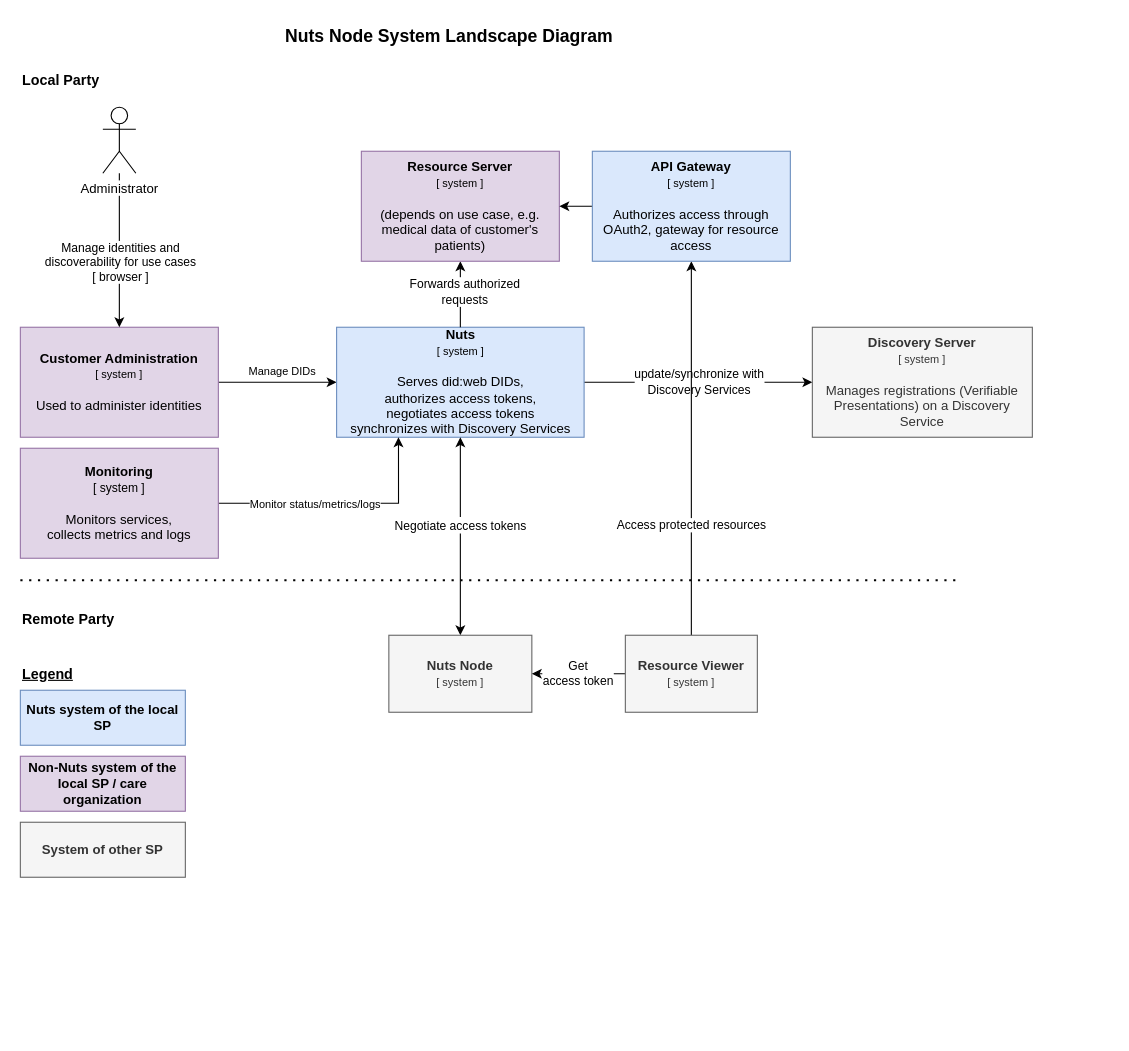
Earlier version of the draw.io diagram page "System Landscape Diagram" (1 of 2) of docs/diagrams/deployment-diagram.drawio (nuts-foundation/nuts-node). Source tidied: cells renumbered, new cells numbered last; positions are measured from the earlier drawing's top-left corner, leaving out a move shared by most shapes. Both pictures are drawn from the tidied source at 110%, with x=0, y=0 at pixel (20, 19).
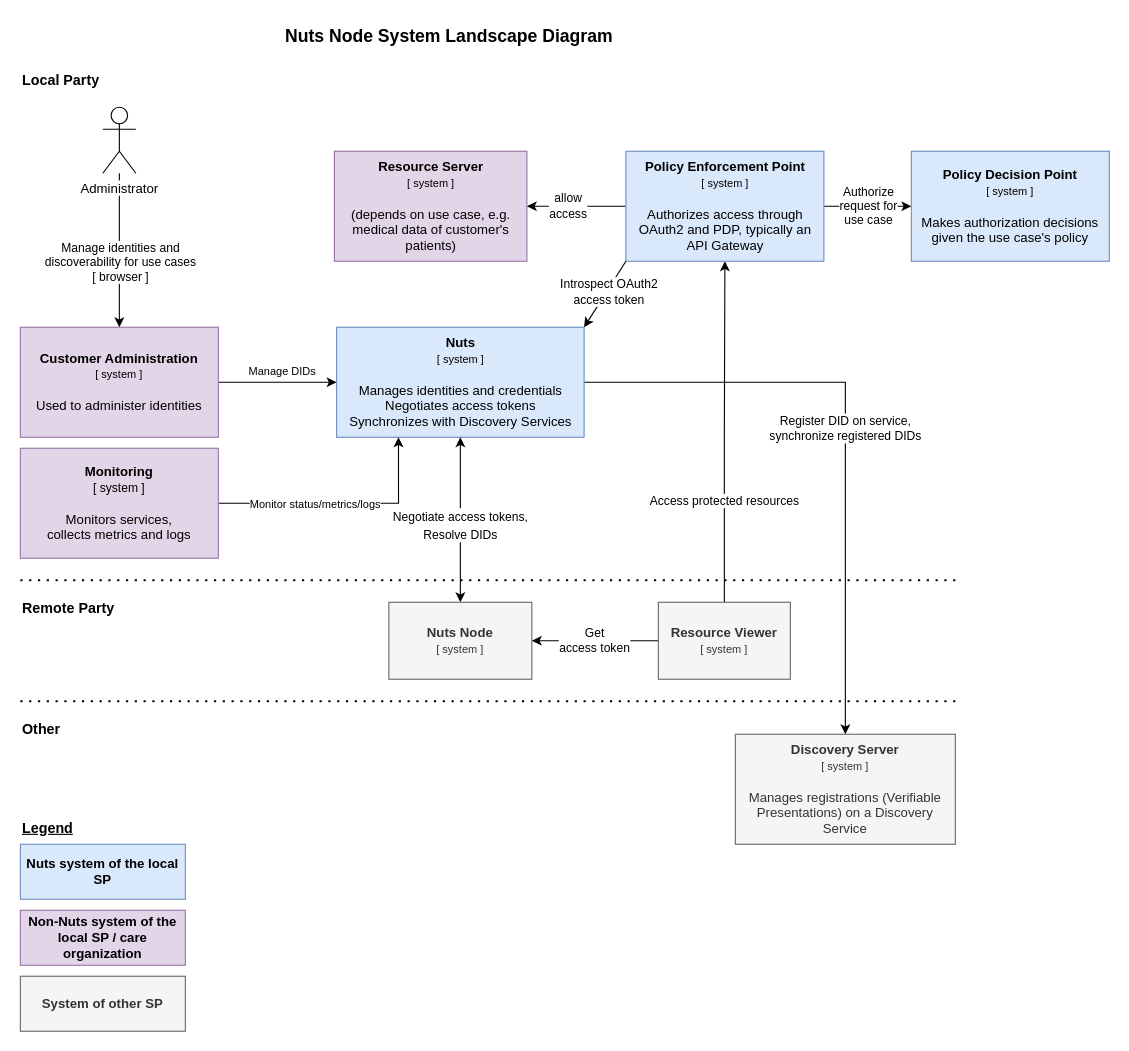
After the change.

Unchanged cells that the change refers to:
```xml
<mxCell id="28" style="edgeStyle=orthogonalEdgeStyle;rounded=0;jettySize=auto;html=1;entryX=1;entryY=0.5;entryDx=0;entryDy=0;" parent="1" edge="1" source="29" target="8">
  <mxGeometry relative="1" as="geometry" />
</mxCell>
```

Diff of the diagram source:
```diff
@@
-    <mxCell id="4" value="update/synchronize with&lt;div&gt;Discovery Services&lt;/div&gt;" style="edgeStyle=orthogonalEdgeStyle;rounded=0;jettySize=auto;html=1;entryX=0;entryY=0.5;entryDx=0;entryDy=0;" parent="1" edge="1" source="5" target="30">
+    <mxCell id="4" value="Register DID on service,&lt;div&gt;synchronize registered DIDs&lt;/div&gt;" style="edgeStyle=orthogonalEdgeStyle;rounded=0;jettySize=auto;html=1;entryX=0.5;entryY=0;entryDx=0;entryDy=0;" parent="1" edge="1" source="5" target="30">
       <mxGeometry relative="1" as="geometry" />
     </mxCell>
-    <mxCell id="5" value="&lt;b&gt;Nuts&lt;br&gt;&lt;/b&gt;&lt;font style=&quot;font-size: 10px;&quot;&gt;[ system ]&lt;/font&gt;&lt;br&gt;&lt;br&gt;Serves did:web DIDs,&lt;div&gt;authorizes access tokens,&lt;/div&gt;&lt;div&gt;negotiates access tokens&lt;/div&gt;&lt;div&gt;synchronizes with Discovery Services&lt;/div&gt;" style="rounded=0;whiteSpace=wrap;html=1;fillColor=#dae8fc;strokeColor=#6c8ebf;" parent="1" vertex="1">
+    <mxCell id="5" value="&lt;b&gt;Nuts&lt;br&gt;&lt;/b&gt;&lt;font style=&quot;font-size: 10px;&quot;&gt;[ system ]&lt;/font&gt;&lt;br&gt;&lt;br&gt;Manages identities and credentials&lt;div&gt;Negotiates access tokens&lt;/div&gt;&lt;div&gt;Synchronizes with Discovery Services&lt;/div&gt;" style="rounded=0;whiteSpace=wrap;html=1;fillColor=#dae8fc;strokeColor=#6c8ebf;" parent="1" vertex="1">
       <mxGeometry x="287.5" y="280" width="225" height="100" as="geometry" />
     </mxCell>
-    <mxCell id="6" style="edgeStyle=orthogonalEdgeStyle;rounded=0;jettySize=auto;html=1;fontSize=11;strokeWidth=1;entryX=0.5;entryY=1;entryDx=0;entryDy=0;exitX=0.5;exitY=0;exitDx=0;exitDy=0;" parent="1" edge="1" source="5" target="8">
-      <mxGeometry relative="1" as="geometry" />
-    </mxCell>
-    <mxCell id="7" value="Forwards authorized&lt;div&gt;requests&lt;/div&gt;" style="edgeLabel;html=1;align=center;verticalAlign=middle;fontSize=11;" parent="6" vertex="1">
-      <mxGeometry x="0.09" y="-3" relative="1" as="geometry" />
-    </mxCell>
     <mxCell id="8" value="&lt;font style=&quot;&quot;&gt;&lt;b&gt;Resource Server&lt;br&gt;&lt;/b&gt;&lt;/font&gt;&lt;font style=&quot;font-size: 10px;&quot;&gt;[ system ]&lt;/font&gt;&lt;br&gt;&lt;br&gt;(depends on use case, e.g. medical data of customer's patients)" style="rounded=0;whiteSpace=wrap;html=1;fillColor=#e1d5e7;strokeColor=#9673a6;" parent="1" vertex="1">
-      <mxGeometry x="310" y="120" width="180" height="100" as="geometry" />
+      <mxGeometry x="285.5" y="120" width="175" height="100" as="geometry" />
     </mxCell>
@@
-    <mxCell id="14" value="&lt;span style=&quot;font-size: 11px;&quot;&gt;Negotiate access tokens&lt;/span&gt;" style="edgeStyle=orthogonalEdgeStyle;rounded=0;jettySize=auto;html=1;fontSize=13;entryX=0.5;entryY=1;entryDx=0;entryDy=0;startArrow=classic;startFill=1;" parent="1" edge="1" source="15" target="5">
-      <mxGeometry x="0.11" relative="1" as="geometry" />
+    <mxCell id="14" value="&lt;span style=&quot;font-size: 11px;&quot;&gt;Negotiate access tokens,&lt;/span&gt;&lt;div&gt;&lt;span style=&quot;font-size: 11px;&quot;&gt;Resolve DIDs&lt;/span&gt;&lt;/div&gt;" style="edgeStyle=orthogonalEdgeStyle;rounded=0;jettySize=auto;html=1;fontSize=13;entryX=0.5;entryY=1;entryDx=0;entryDy=0;startArrow=classic;startFill=1;" parent="1" edge="1" source="15" target="5">
+      <mxGeometry x="-0.07" relative="1" as="geometry" />
     </mxCell>
     <mxCell id="15" value="&lt;b&gt;Nuts Node&lt;br&gt;&lt;/b&gt;&lt;font style=&quot;font-size: 10px;&quot;&gt;[ system ]&lt;/font&gt;" style="rounded=0;whiteSpace=wrap;html=1;fillColor=#f5f5f5;strokeColor=#666666;fontColor=#333333;" parent="1" vertex="1">
-      <mxGeometry x="335" y="560" width="130" height="70" as="geometry" />
+      <mxGeometry x="335" y="530" width="130" height="70" as="geometry" />
     </mxCell>
@@
     <mxCell id="17" value="&lt;font style=&quot;&quot;&gt;&lt;b&gt;Resource Viewer&lt;br&gt;&lt;/b&gt;&lt;/font&gt;&lt;font style=&quot;font-size: 10px;&quot;&gt;[ system ]&lt;/font&gt;" style="rounded=0;whiteSpace=wrap;html=1;fillColor=#f5f5f5;strokeColor=#666666;fontColor=#333333;" parent="1" vertex="1">
-      <mxGeometry x="550" y="560" width="120" height="70" as="geometry" />
+      <mxGeometry x="580" y="530" width="120" height="70" as="geometry" />
     </mxCell>
     <mxCell id="18" value="Remote Party" style="text;html=1;strokeColor=none;fillColor=none;align=left;verticalAlign=middle;whiteSpace=wrap;rounded=0;dashed=1;fontSize=13;fontStyle=1;" parent="1" vertex="1">
-      <mxGeometry y="530" width="220" height="30" as="geometry" />
+      <mxGeometry y="520" width="220" height="30" as="geometry" />
     </mxCell>
@@
     <mxCell id="20" value="&lt;b&gt;System of other SP&lt;/b&gt;" style="rounded=0;whiteSpace=wrap;html=1;fillColor=#f5f5f5;strokeColor=#666666;fontColor=#333333;" parent="1" vertex="1">
-      <mxGeometry y="730" width="150" height="50" as="geometry" />
+      <mxGeometry y="870" width="150" height="50" as="geometry" />
     </mxCell>
     <mxCell id="21" value="Legend" style="text;html=1;strokeColor=none;fillColor=none;align=left;verticalAlign=middle;whiteSpace=wrap;rounded=0;dashed=1;fontSize=13;fontStyle=5;" parent="1" vertex="1">
-      <mxGeometry y="580" width="140" height="30" as="geometry" />
+      <mxGeometry y="720" width="140" height="30" as="geometry" />
     </mxCell>
     <mxCell id="22" value="&lt;b&gt;Non-Nuts system of the local SP / care organization&lt;/b&gt;" style="rounded=0;whiteSpace=wrap;html=1;fillColor=#e1d5e7;strokeColor=#9673a6;" parent="1" vertex="1">
-      <mxGeometry y="670" width="150" height="50" as="geometry" />
+      <mxGeometry y="810" width="150" height="50" as="geometry" />
     </mxCell>
     <mxCell id="23" value="&lt;b&gt;Nuts system of the local SP&lt;/b&gt;" style="rounded=0;whiteSpace=wrap;html=1;fillColor=#dae8fc;strokeColor=#6c8ebf;" parent="1" vertex="1">
-      <mxGeometry y="610" width="150" height="50" as="geometry" />
+      <mxGeometry y="750" width="150" height="50" as="geometry" />
     </mxCell>
@@
+    <mxCell id="31" value="allow&lt;div&gt;access&lt;/div&gt;" style="edgeLabel;html=1;align=center;verticalAlign=middle;" parent="28" vertex="1">
+      <mxGeometry x="0.18" y="-1" relative="1" as="geometry" />
+    </mxCell>
+    <mxCell id="32" value="Authorize&lt;div&gt;request for&lt;/div&gt;&lt;div&gt;use case&lt;/div&gt;" style="edgeStyle=orthogonalEdgeStyle;rounded=0;jettySize=auto;html=1;" parent="1" edge="1" source="29" target="35">
+      <mxGeometry relative="1" as="geometry" />
+    </mxCell>
-    <mxCell id="29" value="&lt;b&gt;API Gateway&lt;br&gt;&lt;/b&gt;&lt;font style=&quot;font-size: 10px;&quot;&gt;[ system ]&lt;/font&gt;&lt;br&gt;&lt;br&gt;Authorizes access through OAuth2, gateway for resource access" style="rounded=0;whiteSpace=wrap;html=1;fillColor=#dae8fc;strokeColor=#6c8ebf;" parent="1" vertex="1">
-      <mxGeometry x="520" y="120" width="180" height="100" as="geometry" />
+    <mxCell id="29" value="&lt;font style=&quot;&quot;&gt;&lt;b&gt;Policy Enforcement Point&lt;/b&gt;&lt;/font&gt;&lt;div&gt;&lt;font style=&quot;font-size: 10px;&quot;&gt;[ system ]&lt;/font&gt;&lt;br&gt;&lt;br&gt;Authorizes access through OAuth2 and PDP, typically an API Gateway&lt;/div&gt;" style="rounded=0;whiteSpace=wrap;html=1;fillColor=#dae8fc;strokeColor=#6c8ebf;" parent="1" vertex="1">
+      <mxGeometry x="550.5" y="120" width="180" height="100" as="geometry" />
     </mxCell>
     <mxCell id="30" value="&lt;font style=&quot;&quot;&gt;&lt;b&gt;Discovery Server&lt;br&gt;&lt;/b&gt;&lt;/font&gt;&lt;font style=&quot;font-size: 10px;&quot;&gt;[ system ]&lt;/font&gt;&lt;div&gt;&lt;font style=&quot;font-size: 10px;&quot;&gt;&lt;br&gt;&lt;/font&gt;&lt;/div&gt;&lt;div&gt;&lt;font style=&quot;font-size: 10px;&quot;&gt;&lt;span style=&quot;font-size: 12px;&quot;&gt;Manages registrations (Verifiable Presentations) on a Discovery Service&lt;/span&gt;&lt;br&gt;&lt;/font&gt;&lt;/div&gt;" style="rounded=0;whiteSpace=wrap;html=1;fillColor=#f5f5f5;strokeColor=#666666;fontColor=#333333;" parent="1" vertex="1">
-      <mxGeometry x="720" y="280" width="200" height="100" as="geometry" />
+      <mxGeometry x="650" y="650" width="200" height="100" as="geometry" />
     </mxCell>
+    <mxCell id="33" value="Other" style="text;html=1;strokeColor=none;fillColor=none;align=left;verticalAlign=middle;whiteSpace=wrap;rounded=0;dashed=1;fontSize=13;fontStyle=1;" parent="1" vertex="1">
+      <mxGeometry y="630" width="220" height="30" as="geometry" />
+    </mxCell>
+    <mxCell id="34" style="endArrow=none;dashed=1;html=1;dashPattern=1 3;strokeWidth=2;rounded=0;fontSize=13;" parent="1" edge="1">
+      <mxGeometry relative="1" as="geometry">
+        <mxPoint y="620" as="sourcePoint" />
+        <mxPoint x="850" y="620" as="targetPoint" />
+      </mxGeometry>
+    </mxCell>
+    <mxCell id="35" value="&lt;font style=&quot;&quot;&gt;&lt;b&gt;Policy Decision Point&lt;/b&gt;&lt;/font&gt;&lt;div&gt;&lt;font style=&quot;font-size: 10px;&quot;&gt;[ system ]&lt;/font&gt;&lt;br&gt;&lt;br&gt;Makes authorization decisions given the use case's policy&lt;/div&gt;" style="rounded=0;whiteSpace=wrap;html=1;fillColor=#dae8fc;strokeColor=#6c8ebf;" parent="1" vertex="1">
+      <mxGeometry x="810" y="120" width="180" height="100" as="geometry" />
+    </mxCell>
+    <mxCell id="36" style="endArrow=classic;html=1;rounded=0;entryX=1;entryY=0;entryDx=0;entryDy=0;exitX=0;exitY=1;exitDx=0;exitDy=0;" parent="1" edge="1" source="29" target="5">
+      <mxGeometry relative="1" as="geometry" />
+    </mxCell>
+    <mxCell id="37" value="Introspect OAuth2&lt;div&gt;access token&lt;/div&gt;" style="edgeLabel;html=1;align=center;verticalAlign=middle;" parent="36" vertex="1">
+      <mxGeometry x="-0.09" y="1" relative="1" as="geometry" />
+    </mxCell>
```
